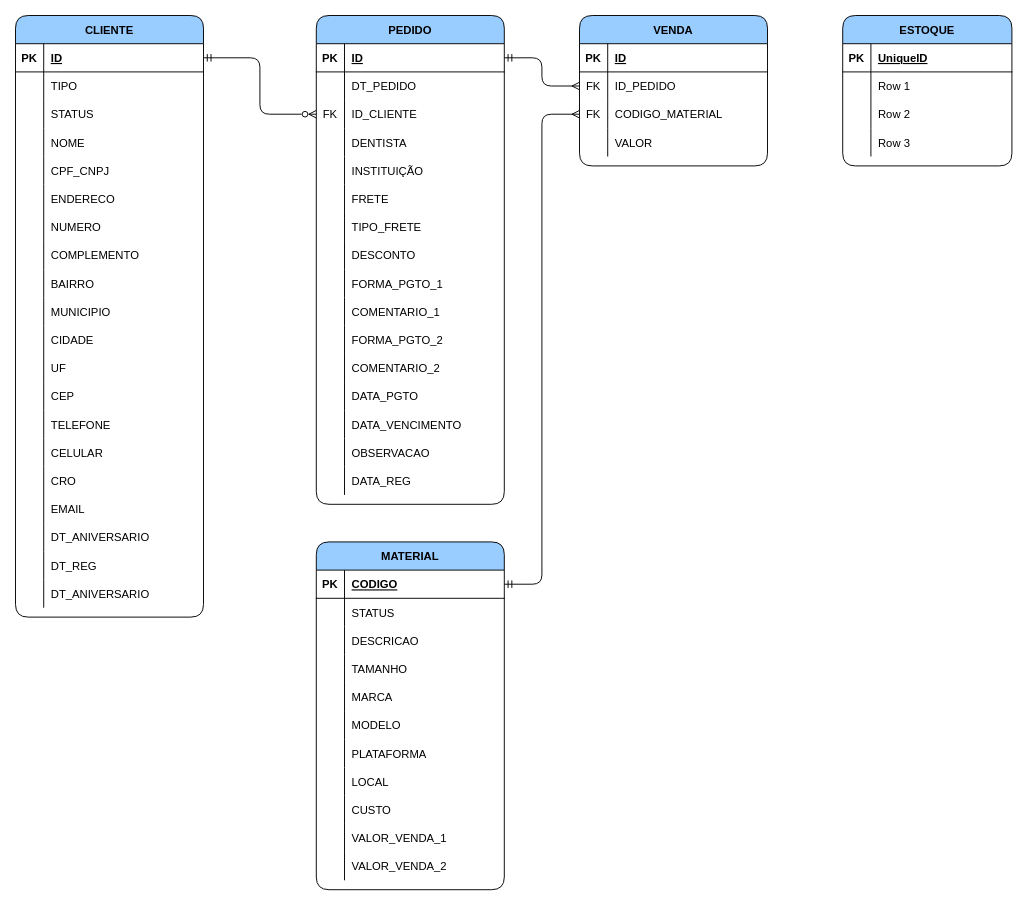
RenanMatias/macedo-implant-solutions keeps this draw.io diagram as page "Entidade de Relacionamento" (3 of 3) of concept.drawio. Above is the earlier version. Source tidied: cells renumbered, new cells numbered last; positions are measured from the earlier drawing's top-left corner, leaving out a move shared by most shapes. Both pictures are drawn from the tidied source at 94%, with x=0, y=0 at pixel (15, 15).
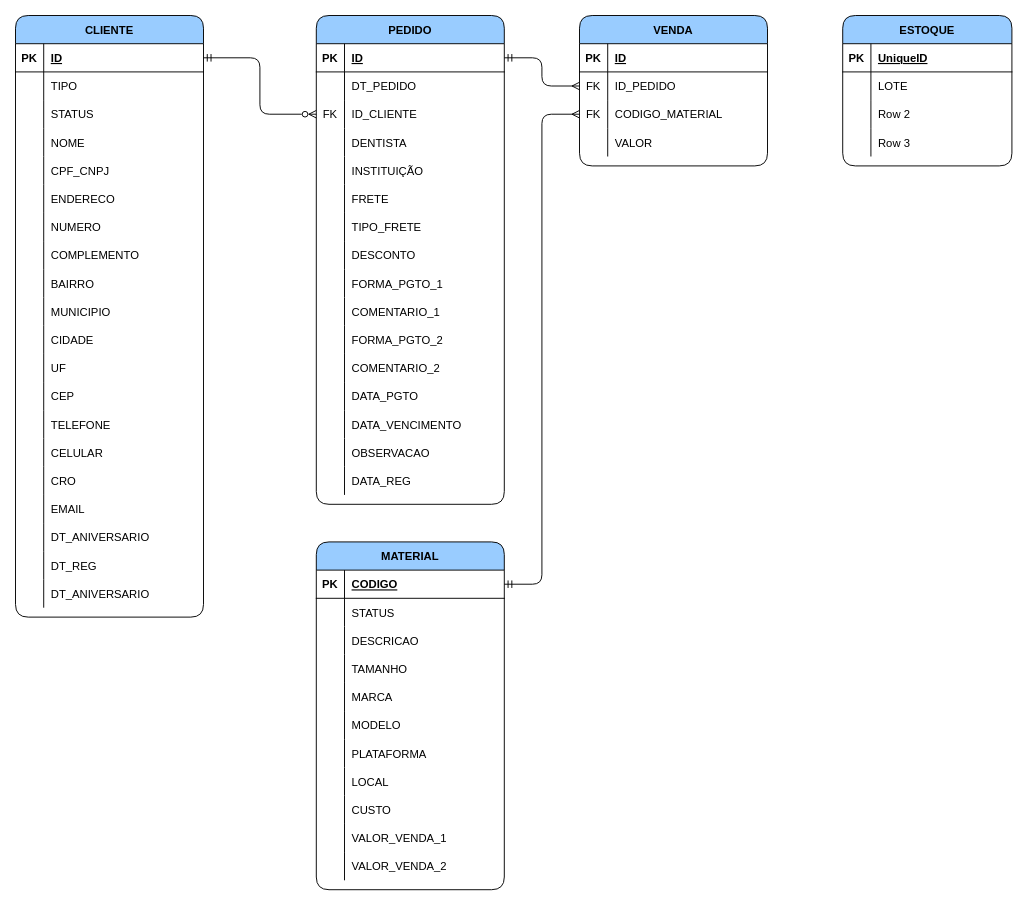
Above is the later version.

Unchanged cells that the change refers to:
```xml
<mxCell id="166" style="shape=tableRow;horizontal=0;startSize=0;swimlaneHead=0;swimlaneBody=0;fillColor=none;top=0;left=0;right=0;bottom=0;rounded=1;shadow=0;sketch=0;" parent="162" vertex="1">
  <mxGeometry y="60" width="180" height="30" as="geometry" />
</mxCell>
```

The edit, as a diff of the source:
```diff
@@
-    <mxCell id="168" value="Row 1" style="shape=partialRectangle;fillColor=none;top=0;left=0;bottom=0;right=0;align=left;spacingLeft=6;overflow=hidden;rounded=1;shadow=0;sketch=0;" parent="166" vertex="1">
+    <mxCell id="168" value="LOTE" style="shape=partialRectangle;fillColor=none;top=0;left=0;bottom=0;right=0;align=left;spacingLeft=6;overflow=hidden;rounded=1;shadow=0;sketch=0;" parent="166" vertex="1">
       <mxGeometry x="30" width="150" height="30" as="geometry" />
     </mxCell>
```
